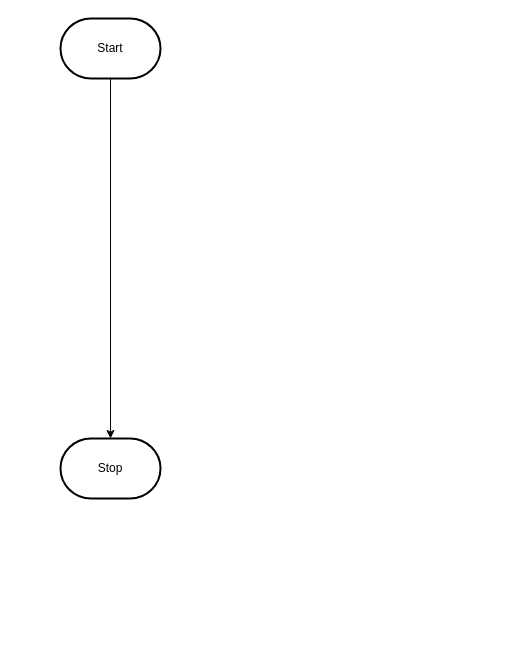
Above: design/flowchart.drawio in MTHS-ICS2O-2-2022/ICS2O-Unit-6-02-Yuri-Gabutero24 (draw.io), before the change. Source tidied: cells renumbered, new cells numbered last; positions are measured from the earlier drawing's top-left corner, leaving out a move shared by most shapes. Both pictures are drawn from the tidied source at 100%, with x=0, y=0 at pixel (60, 18).
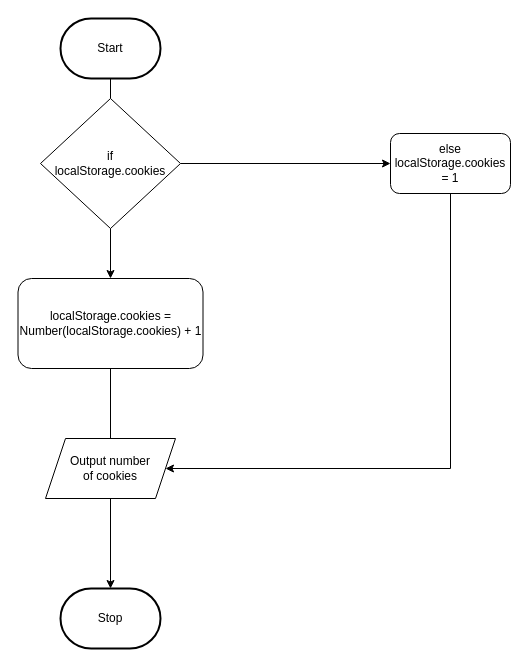
The same page after the edit.

Change to the diagram source:
```diff
@@
 <mxGraphModel>
   <root>
     <mxCell id="0" />
     <mxCell id="1" parent="0" />
-    <mxCell id="2" style="edgeStyle=orthogonalEdgeStyle;html=1;rounded=0;" parent="1" edge="1" source="3" target="4">
+    <mxCell id="2" style="edgeStyle=orthogonalEdgeStyle;html=1;rounded=0;startArrow=none;" parent="1" edge="1" source="14" target="4">
       <mxGeometry relative="1" as="geometry" />
     </mxCell>
     <mxCell id="3" value="Start" style="strokeWidth=2;html=1;shape=mxgraph.flowchart.terminator;whiteSpace=wrap;" parent="1" vertex="1">
       <mxGeometry width="100" height="60" as="geometry" />
     </mxCell>
     <mxCell id="4" value="Stop" style="strokeWidth=2;html=1;shape=mxgraph.flowchart.terminator;whiteSpace=wrap;" parent="1" vertex="1">
-      <mxGeometry y="420" width="100" height="60" as="geometry" />
+      <mxGeometry y="570" width="100" height="60" as="geometry" />
     </mxCell>
+    <mxCell id="5" style="edgeStyle=orthogonalEdgeStyle;html=1;rounded=0;endArrow=none;" parent="1" edge="1" source="3" target="7">
+      <mxGeometry relative="1" as="geometry" />
+    </mxCell>
+    <mxCell id="6" style="edgeStyle=none;html=1;" parent="1" edge="1" source="7" target="9">
+      <mxGeometry relative="1" as="geometry" />
+    </mxCell>
+    <mxCell id="7" value="if &lt;br&gt;localStorage.cookies" style="rhombus;whiteSpace=wrap;html=1;" parent="1" vertex="1">
+      <mxGeometry x="-20" y="80" width="140" height="130" as="geometry" />
+    </mxCell>
+    <mxCell id="8" style="edgeStyle=none;html=1;endArrow=none;endFill=0;" parent="1" edge="1" source="9">
+      <mxGeometry relative="1" as="geometry">
+        <mxPoint x="390" y="450" as="targetPoint" />
+      </mxGeometry>
+    </mxCell>
+    <mxCell id="9" value="else localStorage.cookies = 1" style="rounded=1;whiteSpace=wrap;html=1;" parent="1" vertex="1">
+      <mxGeometry x="330" y="115" width="120" height="60" as="geometry" />
+    </mxCell>
+    <mxCell id="10" style="edgeStyle=orthogonalEdgeStyle;html=1;rounded=0;startArrow=none;endArrow=classic;endFill=1;" parent="1" edge="1" source="7" target="11">
+      <mxGeometry relative="1" as="geometry" />
+    </mxCell>
+    <mxCell id="11" value="localStorage.cookies = Number(localStorage.cookies) + 1" style="rounded=1;whiteSpace=wrap;html=1;" parent="1" vertex="1">
+      <mxGeometry x="-42.5" y="260" width="185" height="90" as="geometry" />
+    </mxCell>
+    <mxCell id="12" style="edgeStyle=orthogonalEdgeStyle;html=1;rounded=0;startArrow=none;endArrow=none;" parent="1" edge="1" source="11" target="14">
+      <mxGeometry relative="1" as="geometry" />
+    </mxCell>
+    <mxCell id="13" style="edgeStyle=none;html=1;endArrow=none;endFill=0;startArrow=classic;startFill=1;" parent="1" edge="1" source="14">
+      <mxGeometry relative="1" as="geometry">
+        <mxPoint x="390" y="450" as="targetPoint" />
+      </mxGeometry>
+    </mxCell>
+    <mxCell id="14" value="Output number &lt;br&gt;of cookies" style="shape=parallelogram;perimeter=parallelogramPerimeter;whiteSpace=wrap;html=1;fixedSize=1;" parent="1" vertex="1">
+      <mxGeometry x="-15" y="420" width="130" height="60" as="geometry" />
+    </mxCell>
   </root>
 </mxGraphModel>
```
